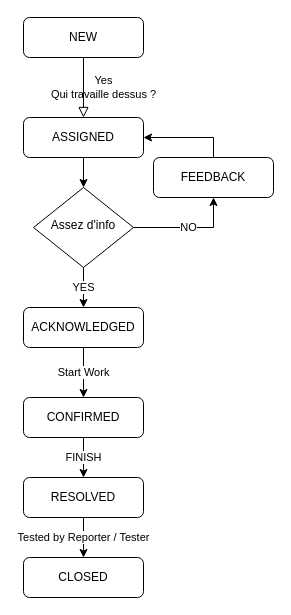
ParaPimo/parapimo-sandbox keeps this draw.io diagram as Mantis_WorkFlow.drawio. Above is the earlier version. Source tidied: cells renumbered, new cells numbered last; positions are measured from the earlier drawing's top-left corner, leaving out a move shared by most shapes. Both pictures are drawn from the tidied source at 100%, with x=0, y=0 at pixel (23, 17).
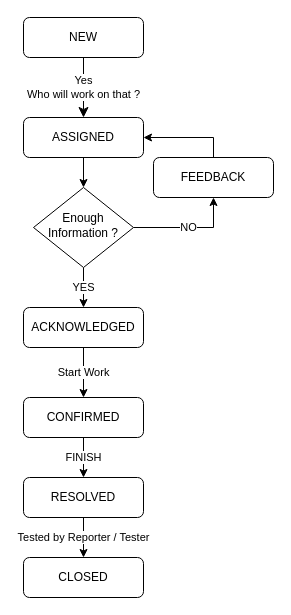
Above is the later version.

Commit message (it also covers changes not shown here):
Mettre à jour Mantis_WorkFlow.drawio

Diff of the diagram source:
```diff
@@
 <mxGraphModel>
   <root>
     <mxCell id="0" />
     <mxCell id="1" parent="0" />
     <mxCell id="2" value="NEW" style="rounded=1;whiteSpace=wrap;html=1;fontSize=12;glass=0;strokeWidth=1;shadow=0;" parent="1" vertex="1">
       <mxGeometry width="120" height="40" as="geometry" />
     </mxCell>
-    <mxCell id="3" value="Yes&lt;br&gt;Qui travaille dessus ?" style="rounded=0;html=1;jettySize=auto;fontSize=11;endArrow=block;endFill=0;endSize=8;strokeWidth=1;shadow=0;labelBackgroundColor=none;edgeStyle=orthogonalEdgeStyle;entryX=0.5;entryY=0;entryDx=0;entryDy=0;exitX=0.5;exitY=1;exitDx=0;exitDy=0;" parent="1" edge="1" source="2" target="9">
-      <mxGeometry y="20" relative="1" as="geometry" />
+    <mxCell id="3" value="Yes&lt;br&gt;Who will work on that ?" style="rounded=0;html=1;jettySize=auto;fontSize=11;endArrow=classic;endFill=1;endSize=8;strokeWidth=1;shadow=0;labelBackgroundColor=default;edgeStyle=orthogonalEdgeStyle;entryX=0.5;entryY=0;entryDx=0;entryDy=0;exitX=0.5;exitY=1;exitDx=0;exitDy=0;labelPosition=center;verticalLabelPosition=middle;align=center;verticalAlign=middle;" parent="1" edge="1" source="2" target="9">
+      <mxGeometry relative="1" as="geometry" />
     </mxCell>
     <mxCell id="4" style="edgeStyle=orthogonalEdgeStyle;rounded=0;jettySize=auto;html=1;exitX=0.5;exitY=0;exitDx=0;exitDy=0;entryX=1;entryY=0.5;entryDx=0;entryDy=0;" parent="1" edge="1" source="5" target="9">
       <mxGeometry relative="1" as="geometry" />
     </mxCell>
     <mxCell id="5" value="FEEDBACK" style="rounded=1;whiteSpace=wrap;html=1;fontSize=12;glass=0;strokeWidth=1;shadow=0;" parent="1" vertex="1">
       <mxGeometry x="130" y="140" width="120" height="40" as="geometry" />
     </mxCell>
     <mxCell id="6" value="Start Work" style="edgeStyle=orthogonalEdgeStyle;rounded=0;jettySize=auto;html=1;" parent="1" edge="1" source="7" target="14">
       <mxGeometry relative="1" as="geometry" />
     </mxCell>
     <mxCell id="7" value="ACKNOWLEDGED" style="rounded=1;whiteSpace=wrap;html=1;fontSize=12;glass=0;strokeWidth=1;shadow=0;" parent="1" vertex="1">
       <mxGeometry y="290" width="120" height="40" as="geometry" />
     </mxCell>
     <mxCell id="8" style="edgeStyle=orthogonalEdgeStyle;rounded=0;jettySize=auto;html=1;exitX=0.5;exitY=1;exitDx=0;exitDy=0;entryX=0.5;entryY=0;entryDx=0;entryDy=0;" parent="1" edge="1" source="9" target="12">
       <mxGeometry relative="1" as="geometry" />
     </mxCell>
     <mxCell id="9" value="ASSIGNED" style="rounded=1;whiteSpace=wrap;html=1;fontSize=12;glass=0;strokeWidth=1;shadow=0;" parent="1" vertex="1">
       <mxGeometry y="100" width="120" height="40" as="geometry" />
     </mxCell>
     <mxCell id="10" value="NO" style="edgeStyle=orthogonalEdgeStyle;rounded=0;jettySize=auto;html=1;entryX=0.5;entryY=1;entryDx=0;entryDy=0;" parent="1" edge="1" source="12" target="5">
       <mxGeometry relative="1" as="geometry" />
     </mxCell>
     <mxCell id="11" value="YES" style="edgeStyle=orthogonalEdgeStyle;rounded=0;jettySize=auto;html=1;exitX=0.5;exitY=1;exitDx=0;exitDy=0;entryX=0.5;entryY=0;entryDx=0;entryDy=0;labelPosition=center;verticalLabelPosition=middle;align=center;verticalAlign=middle;" parent="1" edge="1" source="12" target="7">
       <mxGeometry relative="1" as="geometry" />
     </mxCell>
-    <mxCell id="12" value="Assez d'info" style="rhombus;whiteSpace=wrap;html=1;shadow=0;fontFamily=Helvetica;fontSize=12;align=center;strokeWidth=1;spacing=6;spacingTop=-4;" parent="1" vertex="1">
+    <mxCell id="12" value="Enough Information ?" style="rhombus;whiteSpace=wrap;html=1;shadow=0;fontFamily=Helvetica;fontSize=12;align=center;strokeWidth=1;spacing=6;spacingTop=-4;" parent="1" vertex="1">
       <mxGeometry x="10" y="170" width="100" height="80" as="geometry" />
     </mxCell>
     <mxCell id="13" value="FINISH" style="edgeStyle=orthogonalEdgeStyle;rounded=0;jettySize=auto;html=1;" parent="1" edge="1" source="14" target="16">
       <mxGeometry relative="1" as="geometry" />
     </mxCell>
     <mxCell id="14" value="CONFIRMED" style="rounded=1;whiteSpace=wrap;html=1;fontSize=12;glass=0;strokeWidth=1;shadow=0;" parent="1" vertex="1">
       <mxGeometry y="380" width="120" height="40" as="geometry" />
     </mxCell>
     <mxCell id="15" value="Tested by Reporter / Tester" style="edgeStyle=orthogonalEdgeStyle;rounded=0;jettySize=auto;html=1;" parent="1" edge="1" source="16" target="17">
       <mxGeometry relative="1" as="geometry" />
     </mxCell>
     <mxCell id="16" value="RESOLVED" style="rounded=1;whiteSpace=wrap;html=1;fontSize=12;glass=0;strokeWidth=1;shadow=0;" parent="1" vertex="1">
       <mxGeometry y="460" width="120" height="40" as="geometry" />
     </mxCell>
     <mxCell id="17" value="CLOSED" style="rounded=1;whiteSpace=wrap;html=1;fontSize=12;glass=0;strokeWidth=1;shadow=0;" parent="1" vertex="1">
       <mxGeometry y="540" width="120" height="40" as="geometry" />
     </mxCell>
   </root>
 </mxGraphModel>
```
